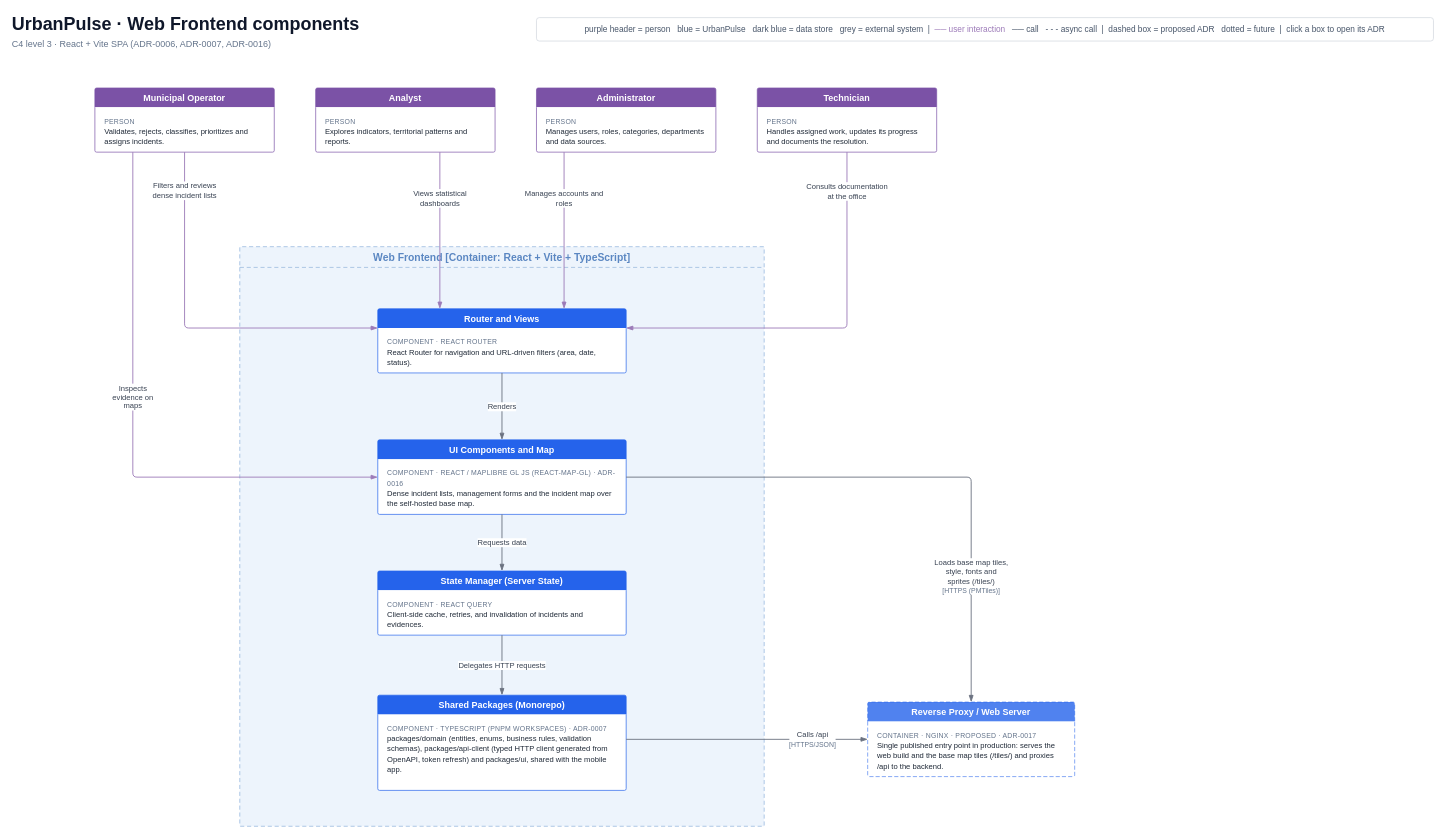
Earlier version of the draw.io diagram page "4 · Web frontend components" (4 of 6) of docs/architecture/UrbanPulse-C4.drawio (Dalibex/urban-incidence-manager). Source tidied: cells renumbered, new cells numbered last; positions are measured from the earlier drawing's top-left corner, leaving out a move shared by most shapes. Both pictures are drawn from the tidied source at 69%, with x=0, y=0 at pixel (12, 12).
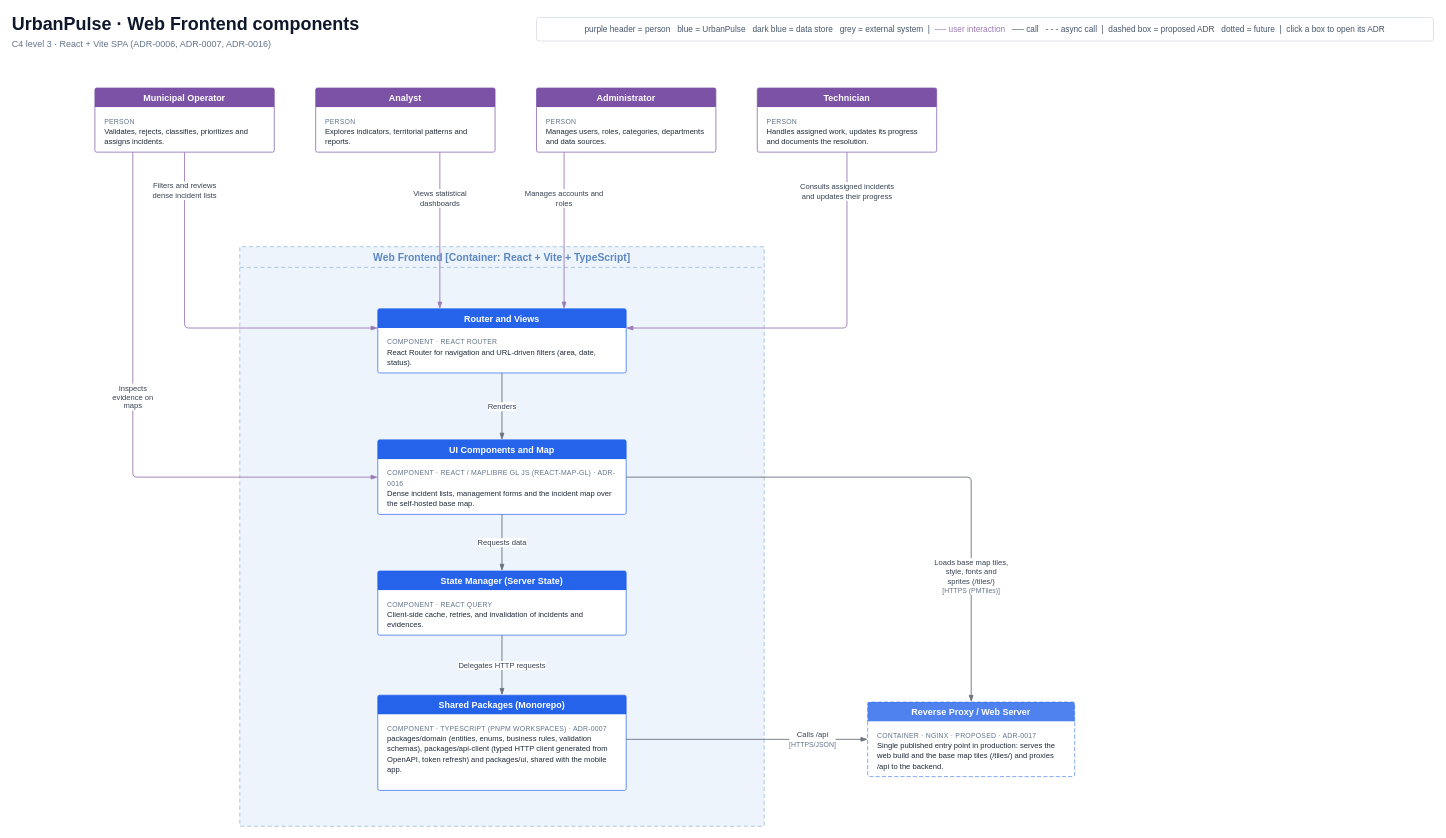
Above is the later version.

Unchanged cells that the change refers to:
```xml
<mxCell id="11" value="Technician" style="swimlane;html=1;whiteSpace=wrap;rounded=1;arcSize=3;startSize=28;fillColor=#7B52A6;swimlaneFillColor=#FFFFFF;strokeColor=#7B52A6;fontColor=#FFFFFF;fontFamily=Helvetica;fontSize=13;fontStyle=1;swimlaneLine=0;" parent="1" vertex="1">
  <mxGeometry x="1080" y="110" width="260" height="93" as="geometry" />
</mxCell>
<mxCell id="14" value="Router and Views" style="swimlane;html=1;whiteSpace=wrap;rounded=1;arcSize=3;startSize=28;fillColor=#2563EB;swimlaneFillColor=#FFFFFF;strokeColor=#2563EB;fontColor=#FFFFFF;fontFamily=Helvetica;fontSize=13;fontStyle=1;swimlaneLine=0;" parent="1" vertex="1">
  <mxGeometry x="530" y="430" width="360" height="93" as="geometry" />
</mxCell>
```

The edit, as a diff of the source:
```diff
@@
-    <mxCell id="28" value="Consults documentation&lt;br&gt;at the office" style="edgeStyle=orthogonalEdgeStyle;rounded=1;arcSize=12;html=1;jettySize=auto;strokeColor=#9C7AB8;strokeWidth=1.3;endArrow=blockThin;endFill=1;endSize=7;jumpStyle=arc;jumpSize=10;exitX=0.5;exitY=1;exitDx=0;exitDy=0;entryX=1;entryY=0.3;entryDx=0;entryDy=0;fontFamily=Helvetica;fontSize=11;fontColor=#374151;labelBackgroundColor=#FFFFFF;labelBorderColor=none;spacing=2;" parent="1" edge="1" source="11" target="14">
+    <mxCell id="28" value="Consults assigned incidents&lt;br&gt;and updates their progress" style="edgeStyle=orthogonalEdgeStyle;rounded=1;arcSize=12;html=1;jettySize=auto;strokeColor=#9C7AB8;strokeWidth=1.3;endArrow=blockThin;endFill=1;endSize=7;jumpStyle=arc;jumpSize=10;exitX=0.5;exitY=1;exitDx=0;exitDy=0;entryX=1;entryY=0.3;entryDx=0;entryDy=0;fontFamily=Helvetica;fontSize=11;fontColor=#374151;labelBackgroundColor=#FFFFFF;labelBorderColor=none;spacing=2;" parent="1" edge="1" source="11" target="14">
       <mxGeometry x="-0.8" relative="1" as="geometry">
         <Array as="points">
           <mxPoint x="1210" y="457.9" />
         </Array>
       </mxGeometry>
     </mxCell>
```
